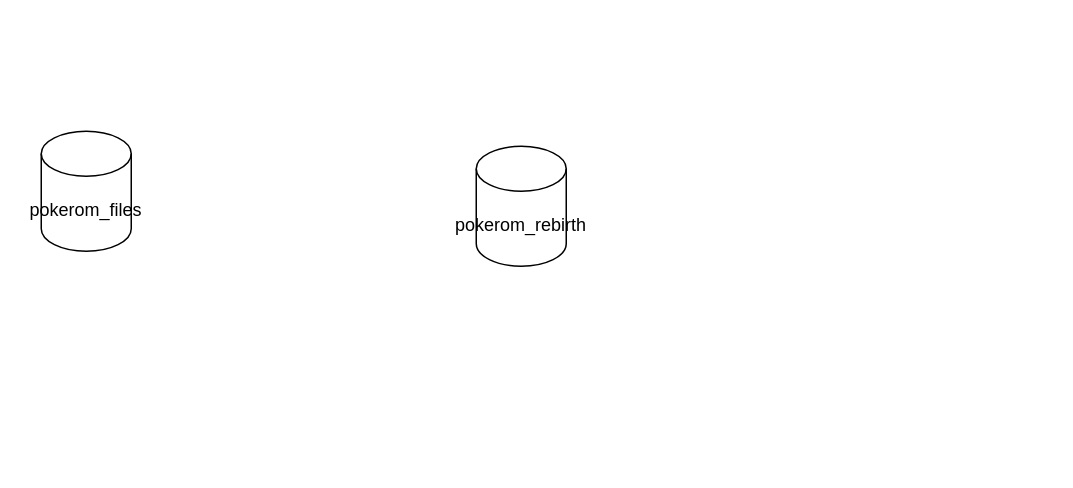
Before: page "db relations" (2 of 3) of misc/schemas/schema.drawio in bag33188/pokerom_rebirth, a draw.io diagram. Source tidied: cells renumbered, new cells numbered last; positions are measured from the earlier drawing's top-left corner, leaving out a move shared by most shapes. Both pictures are drawn from the tidied source at 150%, with x=0, y=0 at pixel (40, 130).
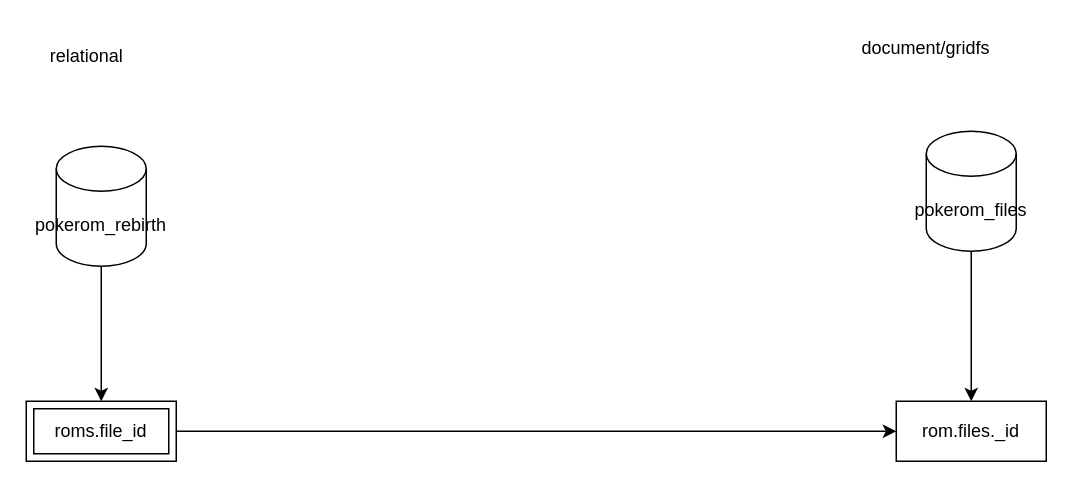
The same diagram, later.

Change to the diagram source:
```diff
@@
 <mxGraphModel>
   <root>
     <mxCell id="0" />
     <mxCell id="1" parent="0" />
+    <mxCell id="4" style="edgeStyle=orthogonalEdgeStyle;rounded=0;jettySize=auto;html=1;exitX=0.5;exitY=1;exitDx=0;exitDy=0;exitPerimeter=0;" parent="1" edge="1" source="2" target="8">
+      <mxGeometry relative="1" as="geometry" />
+    </mxCell>
     <mxCell id="2" value="pokerom_files" style="shape=cylinder3;whiteSpace=wrap;html=1;boundedLbl=1;backgroundOutline=1;size=15;" parent="1" vertex="1">
-      <mxGeometry width="60" height="80" as="geometry" />
+      <mxGeometry x="590" width="60" height="80" as="geometry" />
     </mxCell>
+    <mxCell id="5" style="edgeStyle=orthogonalEdgeStyle;rounded=0;jettySize=auto;html=1;entryX=0.5;entryY=0;entryDx=0;entryDy=0;" parent="1" edge="1" source="3" target="7">
+      <mxGeometry relative="1" as="geometry" />
+    </mxCell>
     <mxCell id="3" value="pokerom_rebirth" style="shape=cylinder3;whiteSpace=wrap;html=1;boundedLbl=1;backgroundOutline=1;size=15;" parent="1" vertex="1">
-      <mxGeometry x="290" y="10" width="60" height="80" as="geometry" />
+      <mxGeometry x="10" y="10" width="60" height="80" as="geometry" />
     </mxCell>
+    <mxCell id="6" style="edgeStyle=orthogonalEdgeStyle;rounded=0;jettySize=auto;html=1;entryX=0;entryY=0.5;entryDx=0;entryDy=0;" parent="1" edge="1" source="7" target="8">
+      <mxGeometry relative="1" as="geometry" />
+    </mxCell>
+    <mxCell id="7" value="roms.file_id" style="shape=ext;margin=3;double=1;whiteSpace=wrap;html=1;align=center;" parent="1" vertex="1">
+      <mxGeometry x="-10" y="180" width="100" height="40" as="geometry" />
+    </mxCell>
+    <mxCell id="8" value="rom.files._id" style="whiteSpace=wrap;html=1;align=center;" parent="1" vertex="1">
+      <mxGeometry x="570" y="180" width="100" height="40" as="geometry" />
+    </mxCell>
+    <mxCell id="9" value="document/gridfs" style="text;html=1;strokeColor=none;fillColor=none;align=center;verticalAlign=middle;whiteSpace=wrap;rounded=0;" parent="1" vertex="1">
+      <mxGeometry x="560" y="-70" width="60" height="30" as="geometry" />
+    </mxCell>
+    <mxCell id="10" value="relational" style="text;html=1;align=center;verticalAlign=middle;strokeColor=none;fillColor=none;" parent="1" vertex="1">
+      <mxGeometry y="-60" width="60" height="20" as="geometry" />
+    </mxCell>
   </root>
 </mxGraphModel>
```
